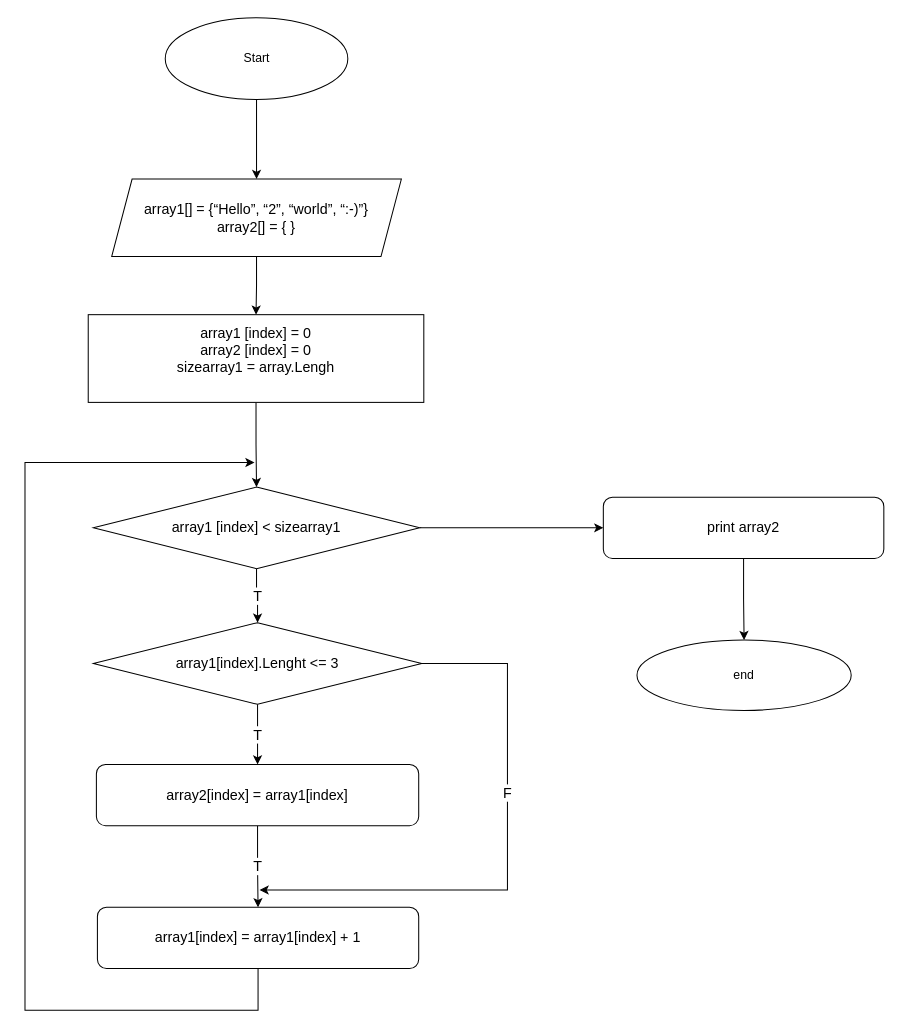
This is Blok-diagram/Блок-схема_контрольная.drawio from Sergey-Kirovgrad/Final-verification-work, a draw.io file, before an edit. Source tidied: cells renumbered, new cells numbered last; positions are measured from the earlier drawing's top-left corner, leaving out a move shared by most shapes. Both pictures are drawn from the tidied source at 102%, with x=0, y=0 at pixel (24, 17).
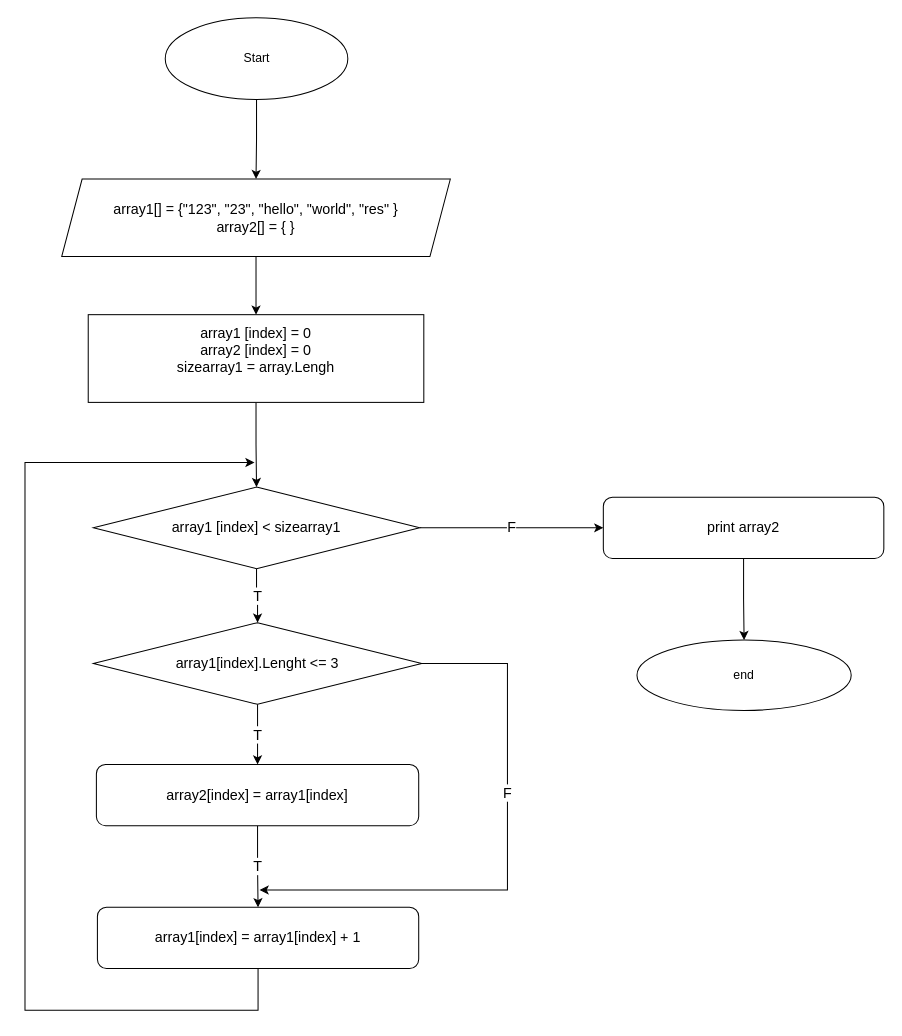
Above is the later version.

Unchanged cells that the change refers to:
```xml
<mxCell id="10" value="&lt;font style=&quot;font-size: 14px;&quot;&gt;array1 [index] &amp;lt; sizearray1&lt;/font&gt;" style="rhombus;whiteSpace=wrap;html=1;" parent="1" vertex="1">
  <mxGeometry x="67" y="460" width="320" height="80" as="geometry" />
</mxCell>
<mxCell id="19" value="&lt;font style=&quot;font-size: 14px;&quot;&gt;print array2&lt;/font&gt;" style="rounded=1;whiteSpace=wrap;html=1;" parent="1" vertex="1">
  <mxGeometry x="567" y="470" width="275" height="60" as="geometry" />
</mxCell>
```

Change to the diagram source:
```diff
@@
-    <mxCell id="5" value="&lt;div style=&quot;font-size: 14px;&quot;&gt;&lt;font style=&quot;font-size: 14px;&quot;&gt;&lt;br&gt;&lt;/font&gt;&lt;/div&gt;&lt;div style=&quot;font-size: 14px;&quot;&gt;&lt;font style=&quot;font-size: 14px;&quot;&gt;&lt;br&gt;&lt;/font&gt;&lt;/div&gt;&lt;div style=&quot;font-size: 14px;&quot;&gt;&lt;font style=&quot;font-size: 14px;&quot;&gt;array1[] = {“Hello”, “2”, “world”, “:-)”}&lt;br&gt;&lt;/font&gt;&lt;/div&gt;&lt;div style=&quot;font-size: 14px;&quot;&gt;&lt;font style=&quot;font-size: 14px;&quot;&gt;array2[] = { }&lt;/font&gt;&lt;/div&gt;&lt;div style=&quot;font-size: 14px;&quot;&gt;&lt;font style=&quot;font-size: 14px;&quot;&gt;&lt;br&gt;&lt;/font&gt;&lt;/div&gt;&lt;div style=&quot;font-size: 14px;&quot;&gt;&lt;font style=&quot;font-size: 14px;&quot;&gt;&lt;br&gt;&lt;/font&gt;&lt;/div&gt;" style="shape=parallelogram;perimeter=parallelogramPerimeter;whiteSpace=wrap;html=1;fixedSize=1;" parent="1" vertex="1">
-      <mxGeometry x="85" y="158" width="284" height="76" as="geometry" />
+    <mxCell id="5" value="&lt;div style=&quot;font-size: 14px;&quot;&gt;&lt;font style=&quot;font-size: 14px;&quot;&gt;&lt;br&gt;&lt;/font&gt;&lt;/div&gt;&lt;div style=&quot;font-size: 14px;&quot;&gt;&lt;font style=&quot;font-size: 14px;&quot;&gt;&lt;br&gt;&lt;/font&gt;&lt;/div&gt;&lt;div style=&quot;font-size: 14px;&quot;&gt;&lt;font style=&quot;font-size: 14px;&quot;&gt;array1[] = {&quot;123&quot;, &quot;23&quot;, &quot;hello&quot;, &quot;world&quot;, &quot;res&quot; }&lt;br&gt;&lt;/font&gt;&lt;/div&gt;&lt;div style=&quot;font-size: 14px;&quot;&gt;&lt;font style=&quot;font-size: 14px;&quot;&gt;array2[] = { }&lt;/font&gt;&lt;/div&gt;&lt;div style=&quot;font-size: 14px;&quot;&gt;&lt;font style=&quot;font-size: 14px;&quot;&gt;&lt;br&gt;&lt;/font&gt;&lt;/div&gt;&lt;div style=&quot;font-size: 14px;&quot;&gt;&lt;font style=&quot;font-size: 14px;&quot;&gt;&lt;br&gt;&lt;/font&gt;&lt;/div&gt;" style="shape=parallelogram;perimeter=parallelogramPerimeter;whiteSpace=wrap;html=1;fixedSize=1;" parent="1" vertex="1">
+      <mxGeometry x="36" y="158" width="381" height="76" as="geometry" />
     </mxCell>
@@
-    <mxCell id="9" style="edgeStyle=orthogonalEdgeStyle;rounded=0;jettySize=auto;html=1;fontSize=14;" parent="1" edge="1" source="10" target="19">
+    <mxCell id="9" value="F" style="edgeStyle=orthogonalEdgeStyle;rounded=0;jettySize=auto;html=1;fontSize=14;" parent="1" edge="1" source="10" target="19">
       <mxGeometry relative="1" as="geometry" />
     </mxCell>
```
